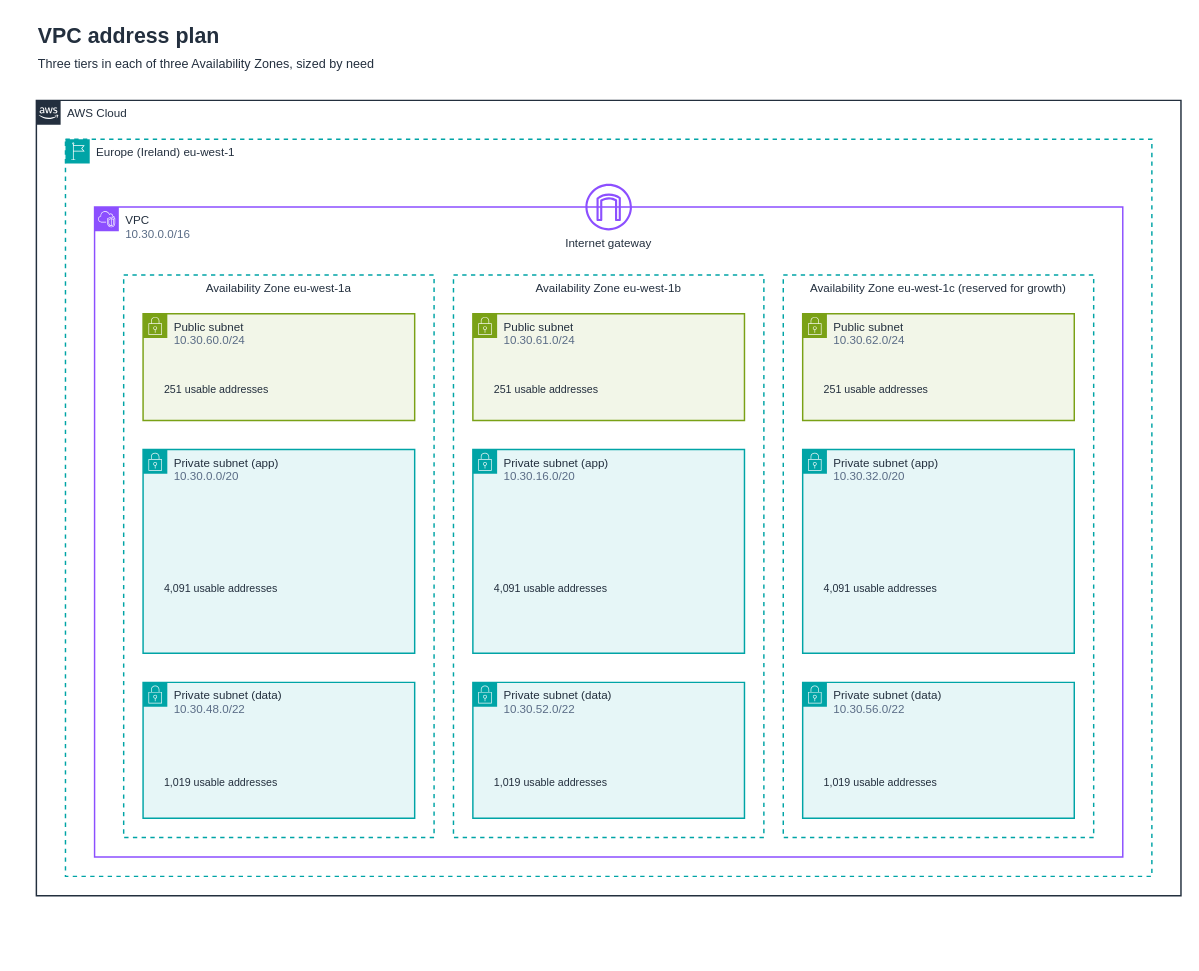
This is 03-vpc-cidr-design/diagrams/vpc-address-plan.drawio from ooseni/TESA-Cloud-Engineering, a draw.io file, before an edit. Source tidied: cells renumbered, new cells numbered last; positions are measured from the earlier drawing's top-left corner, leaving out a move shared by most shapes. Both pictures are drawn from the tidied source at 97%, with x=0, y=0 at pixel (36, 16).
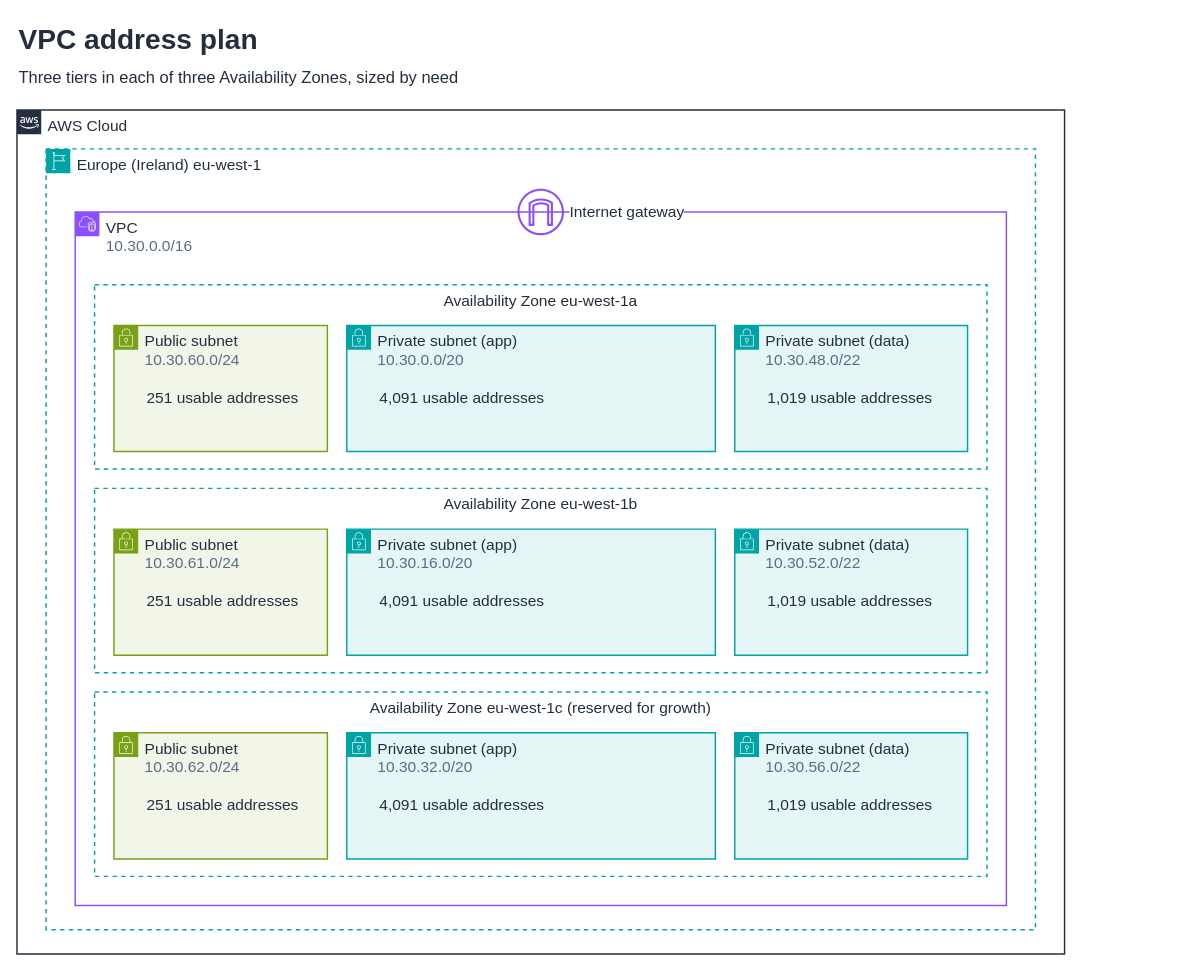
Above is the later version.

Commit message (it also covers changes not shown here):
docs(cidr): redraw the address plan with zones as rows and larger text

Diff of the diagram source:
```diff
@@
-    <mxCell id="2" value="AWS Cloud" style="gradientColor=none;html=1;whiteSpace=wrap;fontFamily=Arial;fontSize=12;shape=mxgraph.aws4.group;verticalAlign=top;align=left;spacingLeft=30;strokeWidth=1.5;grIcon=mxgraph.aws4.group_aws_cloud_alt;strokeColor=#232F3E;fillColor=none;fontColor=#232F3E;dashed=0;" parent="1" vertex="1">
-      <mxGeometry y="86" width="1180" height="820" as="geometry" />
+    <mxCell id="2" value="AWS Cloud" style="gradientColor=none;html=1;whiteSpace=wrap;fontFamily=Arial;fontSize=16;shape=mxgraph.aws4.group;verticalAlign=top;align=left;spacingLeft=30;strokeWidth=1.5;grIcon=mxgraph.aws4.group_aws_cloud_alt;strokeColor=#232F3E;fillColor=none;fontColor=#232F3E;dashed=0;" parent="1" vertex="1">
+      <mxGeometry x="-20" y="96" width="1080" height="870" as="geometry" />
     </mxCell>
-    <mxCell id="3" value="Europe (Ireland) eu-west-1" style="gradientColor=none;html=1;whiteSpace=wrap;fontFamily=Arial;fontSize=12;shape=mxgraph.aws4.group;verticalAlign=top;align=left;spacingLeft=30;strokeWidth=1.5;grIcon=mxgraph.aws4.group_region;strokeColor=#00A4A6;fillColor=none;fontColor=#232F3E;dashed=1;" parent="1" vertex="1">
-      <mxGeometry x="30" y="126" width="1120" height="760" as="geometry" />
+    <mxCell id="3" value="Europe (Ireland) eu-west-1" style="gradientColor=none;html=1;whiteSpace=wrap;fontFamily=Arial;fontSize=16;shape=mxgraph.aws4.group;verticalAlign=top;align=left;spacingLeft=30;strokeWidth=1.5;grIcon=mxgraph.aws4.group_region;strokeColor=#00A4A6;fillColor=none;fontColor=#232F3E;dashed=1;" parent="1" vertex="1">
+      <mxGeometry x="10" y="136" width="1020" height="805" as="geometry" />
     </mxCell>
-    <mxCell id="4" value="VPC&lt;br&gt;&lt;font color=&quot;#5A6C86&quot;&gt;10.30.0.0/16&lt;/font&gt;" style="gradientColor=none;html=1;whiteSpace=wrap;fontFamily=Arial;fontSize=12;shape=mxgraph.aws4.group;verticalAlign=top;align=left;spacingLeft=30;strokeWidth=1.5;grIcon=mxgraph.aws4.group_vpc2;strokeColor=#8C4FFF;fillColor=none;fontColor=#232F3E;dashed=0;" parent="1" vertex="1">
-      <mxGeometry x="60" y="196" width="1060" height="670" as="geometry" />
+    <mxCell id="4" value="VPC&lt;br&gt;&lt;font color=&quot;#5A6C86&quot;&gt;10.30.0.0/16&lt;/font&gt;" style="gradientColor=none;html=1;whiteSpace=wrap;fontFamily=Arial;fontSize=16;shape=mxgraph.aws4.group;verticalAlign=top;align=left;spacingLeft=30;strokeWidth=1.5;grIcon=mxgraph.aws4.group_vpc2;strokeColor=#8C4FFF;fillColor=none;fontColor=#232F3E;dashed=0;" parent="1" vertex="1">
+      <mxGeometry x="40" y="201" width="960" height="715" as="geometry" />
     </mxCell>
-    <mxCell id="5" value="Availability Zone eu-west-1a" style="rounded=0;whiteSpace=wrap;html=1;fillColor=none;strokeColor=#00A4A6;dashed=1;strokeWidth=1.5;verticalAlign=top;align=center;fontFamily=Arial;fontSize=12;fontColor=#232F3E;" parent="1" vertex="1">
-      <mxGeometry x="90" y="266" width="320" height="580" as="geometry" />
+    <mxCell id="5" value="Availability Zone eu-west-1a" style="rounded=0;whiteSpace=wrap;html=1;fillColor=none;strokeColor=#00A4A6;dashed=1;strokeWidth=1.5;verticalAlign=top;align=center;fontFamily=Arial;fontSize=16;fontColor=#232F3E;" parent="1" vertex="1">
+      <mxGeometry x="60" y="276" width="920" height="190" as="geometry" />
     </mxCell>
-    <mxCell id="6" value="Public subnet&lt;br&gt;&lt;font color=&quot;#5A6C86&quot;&gt;10.30.60.0/24&lt;/font&gt;" style="gradientColor=none;html=1;whiteSpace=wrap;fontFamily=Arial;fontSize=12;shape=mxgraph.aws4.group;verticalAlign=top;align=left;spacingLeft=30;strokeWidth=1.5;grIcon=mxgraph.aws4.group_security_group;strokeColor=#7AA116;fillColor=#F2F6E8;fontColor=#232F3E;dashed=0;" parent="1" vertex="1">
-      <mxGeometry x="110" y="306" width="280" height="110" as="geometry" />
+    <mxCell id="6" value="Public subnet&lt;br&gt;&lt;font color=&quot;#5A6C86&quot;&gt;10.30.60.0/24&lt;/font&gt;" style="gradientColor=none;html=1;whiteSpace=wrap;fontFamily=Arial;fontSize=16;shape=mxgraph.aws4.group;verticalAlign=top;align=left;spacingLeft=30;strokeWidth=1.5;grIcon=mxgraph.aws4.group_security_group;strokeColor=#7AA116;fillColor=#F2F6E8;fontColor=#232F3E;dashed=0;" parent="1" vertex="1">
+      <mxGeometry x="80" y="318" width="220" height="130" as="geometry" />
     </mxCell>
-    <mxCell id="7" value="Private subnet (app)&lt;br&gt;&lt;font color=&quot;#5A6C86&quot;&gt;10.30.0.0/20&lt;/font&gt;" style="gradientColor=none;html=1;whiteSpace=wrap;fontFamily=Arial;fontSize=12;shape=mxgraph.aws4.group;verticalAlign=top;align=left;spacingLeft=30;strokeWidth=1.5;grIcon=mxgraph.aws4.group_security_group;strokeColor=#00A4A6;fillColor=#E6F6F7;fontColor=#232F3E;dashed=0;" parent="1" vertex="1">
-      <mxGeometry x="110" y="446" width="280" height="210" as="geometry" />
+    <mxCell id="7" value="Private subnet (app)&lt;br&gt;&lt;font color=&quot;#5A6C86&quot;&gt;10.30.0.0/20&lt;/font&gt;" style="gradientColor=none;html=1;whiteSpace=wrap;fontFamily=Arial;fontSize=16;shape=mxgraph.aws4.group;verticalAlign=top;align=left;spacingLeft=30;strokeWidth=1.5;grIcon=mxgraph.aws4.group_security_group;strokeColor=#00A4A6;fillColor=#E6F6F7;fontColor=#232F3E;dashed=0;" parent="1" vertex="1">
+      <mxGeometry x="320" y="318" width="380" height="130" as="geometry" />
     </mxCell>
-    <mxCell id="8" value="Private subnet (data)&lt;br&gt;&lt;font color=&quot;#5A6C86&quot;&gt;10.30.48.0/22&lt;/font&gt;" style="gradientColor=none;html=1;whiteSpace=wrap;fontFamily=Arial;fontSize=12;shape=mxgraph.aws4.group;verticalAlign=top;align=left;spacingLeft=30;strokeWidth=1.5;grIcon=mxgraph.aws4.group_security_group;strokeColor=#00A4A6;fillColor=#E6F6F7;fontColor=#232F3E;dashed=0;" parent="1" vertex="1">
-      <mxGeometry x="110" y="686" width="280" height="140" as="geometry" />
+    <mxCell id="8" value="Private subnet (data)&lt;br&gt;&lt;font color=&quot;#5A6C86&quot;&gt;10.30.48.0/22&lt;/font&gt;" style="gradientColor=none;html=1;whiteSpace=wrap;fontFamily=Arial;fontSize=16;shape=mxgraph.aws4.group;verticalAlign=top;align=left;spacingLeft=30;strokeWidth=1.5;grIcon=mxgraph.aws4.group_security_group;strokeColor=#00A4A6;fillColor=#E6F6F7;fontColor=#232F3E;dashed=0;" parent="1" vertex="1">
+      <mxGeometry x="720" y="318" width="240" height="130" as="geometry" />
     </mxCell>
-    <mxCell id="9" value="Availability Zone eu-west-1b" style="rounded=0;whiteSpace=wrap;html=1;fillColor=none;strokeColor=#00A4A6;dashed=1;strokeWidth=1.5;verticalAlign=top;align=center;fontFamily=Arial;fontSize=12;fontColor=#232F3E;" parent="1" vertex="1">
-      <mxGeometry x="430" y="266" width="320" height="580" as="geometry" />
+    <mxCell id="9" value="Availability Zone eu-west-1b" style="rounded=0;whiteSpace=wrap;html=1;fillColor=none;strokeColor=#00A4A6;dashed=1;strokeWidth=1.5;verticalAlign=top;align=center;fontFamily=Arial;fontSize=16;fontColor=#232F3E;" parent="1" vertex="1">
+      <mxGeometry x="60" y="486" width="920" height="190" as="geometry" />
     </mxCell>
-    <mxCell id="10" value="Public subnet&lt;br&gt;&lt;font color=&quot;#5A6C86&quot;&gt;10.30.61.0/24&lt;/font&gt;" style="gradientColor=none;html=1;whiteSpace=wrap;fontFamily=Arial;fontSize=12;shape=mxgraph.aws4.group;verticalAlign=top;align=left;spacingLeft=30;strokeWidth=1.5;grIcon=mxgraph.aws4.group_security_group;strokeColor=#7AA116;fillColor=#F2F6E8;fontColor=#232F3E;dashed=0;" parent="1" vertex="1">
-      <mxGeometry x="450" y="306" width="280" height="110" as="geometry" />
+    <mxCell id="10" value="Public subnet&lt;br&gt;&lt;font color=&quot;#5A6C86&quot;&gt;10.30.61.0/24&lt;/font&gt;" style="gradientColor=none;html=1;whiteSpace=wrap;fontFamily=Arial;fontSize=16;shape=mxgraph.aws4.group;verticalAlign=top;align=left;spacingLeft=30;strokeWidth=1.5;grIcon=mxgraph.aws4.group_security_group;strokeColor=#7AA116;fillColor=#F2F6E8;fontColor=#232F3E;dashed=0;" parent="1" vertex="1">
+      <mxGeometry x="80" y="528" width="220" height="130" as="geometry" />
     </mxCell>
-    <mxCell id="11" value="Private subnet (app)&lt;br&gt;&lt;font color=&quot;#5A6C86&quot;&gt;10.30.16.0/20&lt;/font&gt;" style="gradientColor=none;html=1;whiteSpace=wrap;fontFamily=Arial;fontSize=12;shape=mxgraph.aws4.group;verticalAlign=top;align=left;spacingLeft=30;strokeWidth=1.5;grIcon=mxgraph.aws4.group_security_group;strokeColor=#00A4A6;fillColor=#E6F6F7;fontColor=#232F3E;dashed=0;" parent="1" vertex="1">
-      <mxGeometry x="450" y="446" width="280" height="210" as="geometry" />
+    <mxCell id="11" value="Private subnet (app)&lt;br&gt;&lt;font color=&quot;#5A6C86&quot;&gt;10.30.16.0/20&lt;/font&gt;" style="gradientColor=none;html=1;whiteSpace=wrap;fontFamily=Arial;fontSize=16;shape=mxgraph.aws4.group;verticalAlign=top;align=left;spacingLeft=30;strokeWidth=1.5;grIcon=mxgraph.aws4.group_security_group;strokeColor=#00A4A6;fillColor=#E6F6F7;fontColor=#232F3E;dashed=0;" parent="1" vertex="1">
+      <mxGeometry x="320" y="528" width="380" height="130" as="geometry" />
     </mxCell>
-    <mxCell id="12" value="Private subnet (data)&lt;br&gt;&lt;font color=&quot;#5A6C86&quot;&gt;10.30.52.0/22&lt;/font&gt;" style="gradientColor=none;html=1;whiteSpace=wrap;fontFamily=Arial;fontSize=12;shape=mxgraph.aws4.group;verticalAlign=top;align=left;spacingLeft=30;strokeWidth=1.5;grIcon=mxgraph.aws4.group_security_group;strokeColor=#00A4A6;fillColor=#E6F6F7;fontColor=#232F3E;dashed=0;" parent="1" vertex="1">
-      <mxGeometry x="450" y="686" width="280" height="140" as="geometry" />
+    <mxCell id="12" value="Private subnet (data)&lt;br&gt;&lt;font color=&quot;#5A6C86&quot;&gt;10.30.52.0/22&lt;/font&gt;" style="gradientColor=none;html=1;whiteSpace=wrap;fontFamily=Arial;fontSize=16;shape=mxgraph.aws4.group;verticalAlign=top;align=left;spacingLeft=30;strokeWidth=1.5;grIcon=mxgraph.aws4.group_security_group;strokeColor=#00A4A6;fillColor=#E6F6F7;fontColor=#232F3E;dashed=0;" parent="1" vertex="1">
+      <mxGeometry x="720" y="528" width="240" height="130" as="geometry" />
     </mxCell>
-    <mxCell id="13" value="Availability Zone eu-west-1c (reserved for growth)" style="rounded=0;whiteSpace=wrap;html=1;fillColor=none;strokeColor=#00A4A6;dashed=1;strokeWidth=1.5;verticalAlign=top;align=center;fontFamily=Arial;fontSize=12;fontColor=#232F3E;" parent="1" vertex="1">
-      <mxGeometry x="770" y="266" width="320" height="580" as="geometry" />
+    <mxCell id="13" value="Availability Zone eu-west-1c (reserved for growth)" style="rounded=0;whiteSpace=wrap;html=1;fillColor=none;strokeColor=#00A4A6;dashed=1;strokeWidth=1.5;verticalAlign=top;align=center;fontFamily=Arial;fontSize=16;fontColor=#232F3E;" parent="1" vertex="1">
+      <mxGeometry x="60" y="696" width="920" height="190" as="geometry" />
     </mxCell>
-    <mxCell id="14" value="Public subnet&lt;br&gt;&lt;font color=&quot;#5A6C86&quot;&gt;10.30.62.0/24&lt;/font&gt;" style="gradientColor=none;html=1;whiteSpace=wrap;fontFamily=Arial;fontSize=12;shape=mxgraph.aws4.group;verticalAlign=top;align=left;spacingLeft=30;strokeWidth=1.5;grIcon=mxgraph.aws4.group_security_group;strokeColor=#7AA116;fillColor=#F2F6E8;fontColor=#232F3E;dashed=0;" parent="1" vertex="1">
-      <mxGeometry x="790" y="306" width="280" height="110" as="geometry" />
+    <mxCell id="14" value="Public subnet&lt;br&gt;&lt;font color=&quot;#5A6C86&quot;&gt;10.30.62.0/24&lt;/font&gt;" style="gradientColor=none;html=1;whiteSpace=wrap;fontFamily=Arial;fontSize=16;shape=mxgraph.aws4.group;verticalAlign=top;align=left;spacingLeft=30;strokeWidth=1.5;grIcon=mxgraph.aws4.group_security_group;strokeColor=#7AA116;fillColor=#F2F6E8;fontColor=#232F3E;dashed=0;" parent="1" vertex="1">
+      <mxGeometry x="80" y="738" width="220" height="130" as="geometry" />
     </mxCell>
-    <mxCell id="15" value="Private subnet (app)&lt;br&gt;&lt;font color=&quot;#5A6C86&quot;&gt;10.30.32.0/20&lt;/font&gt;" style="gradientColor=none;html=1;whiteSpace=wrap;fontFamily=Arial;fontSize=12;shape=mxgraph.aws4.group;verticalAlign=top;align=left;spacingLeft=30;strokeWidth=1.5;grIcon=mxgraph.aws4.group_security_group;strokeColor=#00A4A6;fillColor=#E6F6F7;fontColor=#232F3E;dashed=0;" parent="1" vertex="1">
-      <mxGeometry x="790" y="446" width="280" height="210" as="geometry" />
+    <mxCell id="15" value="Private subnet (app)&lt;br&gt;&lt;font color=&quot;#5A6C86&quot;&gt;10.30.32.0/20&lt;/font&gt;" style="gradientColor=none;html=1;whiteSpace=wrap;fontFamily=Arial;fontSize=16;shape=mxgraph.aws4.group;verticalAlign=top;align=left;spacingLeft=30;strokeWidth=1.5;grIcon=mxgraph.aws4.group_security_group;strokeColor=#00A4A6;fillColor=#E6F6F7;fontColor=#232F3E;dashed=0;" parent="1" vertex="1">
+      <mxGeometry x="320" y="738" width="380" height="130" as="geometry" />
     </mxCell>
-    <mxCell id="16" value="Private subnet (data)&lt;br&gt;&lt;font color=&quot;#5A6C86&quot;&gt;10.30.56.0/22&lt;/font&gt;" style="gradientColor=none;html=1;whiteSpace=wrap;fontFamily=Arial;fontSize=12;shape=mxgraph.aws4.group;verticalAlign=top;align=left;spacingLeft=30;strokeWidth=1.5;grIcon=mxgraph.aws4.group_security_group;strokeColor=#00A4A6;fillColor=#E6F6F7;fontColor=#232F3E;dashed=0;" parent="1" vertex="1">
-      <mxGeometry x="790" y="686" width="280" height="140" as="geometry" />
+    <mxCell id="16" value="Private subnet (data)&lt;br&gt;&lt;font color=&quot;#5A6C86&quot;&gt;10.30.56.0/22&lt;/font&gt;" style="gradientColor=none;html=1;whiteSpace=wrap;fontFamily=Arial;fontSize=16;shape=mxgraph.aws4.group;verticalAlign=top;align=left;spacingLeft=30;strokeWidth=1.5;grIcon=mxgraph.aws4.group_security_group;strokeColor=#00A4A6;fillColor=#E6F6F7;fontColor=#232F3E;dashed=0;" parent="1" vertex="1">
+      <mxGeometry x="720" y="738" width="240" height="130" as="geometry" />
     </mxCell>
-    <mxCell id="17" value="Internet gateway" style="sketch=0;gradientColor=none;strokeColor=none;dashed=0;verticalLabelPosition=bottom;verticalAlign=top;align=center;html=1;whiteSpace=wrap;labelWidth=140;fontFamily=Arial;fontSize=12;fontColor=#232F3E;fillColor=#8C4FFF;shape=mxgraph.aws4.internet_gateway;labelBackgroundColor=#FFFFFF;" parent="1" vertex="1">
-      <mxGeometry x="566" y="172" width="48" height="48" as="geometry" />
+    <mxCell id="17" value="Internet gateway" style="sketch=0;gradientColor=none;strokeColor=none;dashed=0;labelPosition=right;verticalLabelPosition=middle;verticalAlign=middle;align=left;spacing=6;html=1;whiteSpace=wrap;labelWidth=187;fontFamily=Arial;fontSize=16;fontColor=#232F3E;fillColor=#8C4FFF;shape=mxgraph.aws4.internet_gateway;labelBackgroundColor=#FFFFFF;" parent="1" vertex="1">
+      <mxGeometry x="496" y="177" width="48" height="48" as="geometry" />
     </mxCell>
-    <mxCell id="18" value="251 usable addresses" style="text;html=1;whiteSpace=wrap;fontFamily=Arial;fontSize=11;fontColor=#232F3E;align=left;verticalAlign=top;strokeColor=none;fillColor=none;" parent="1" vertex="1">
-      <mxGeometry x="130" y="371" width="240" height="30" as="geometry" />
-    </mxCell>
+    <mxCell id="28" value="251 usable addresses" style="text;html=1;whiteSpace=wrap;fontFamily=Arial;fontSize=16;fontColor=#232F3E;align=left;verticalAlign=top;strokeColor=none;fillColor=none;" parent="1" vertex="1">
+      <mxGeometry x="112" y="376" width="180" height="26" as="geometry" />
+    </mxCell>
-    <mxCell id="19" value="4,091 usable addresses" style="text;html=1;whiteSpace=wrap;fontFamily=Arial;fontSize=11;fontColor=#232F3E;align=left;verticalAlign=top;strokeColor=none;fillColor=none;" parent="1" vertex="1">
-      <mxGeometry x="130" y="576" width="240" height="30" as="geometry" />
+    <mxCell id="19" value="4,091 usable addresses" style="text;html=1;whiteSpace=wrap;fontFamily=Arial;fontSize=16;fontColor=#232F3E;align=left;verticalAlign=top;strokeColor=none;fillColor=none;" parent="1" vertex="1">
+      <mxGeometry x="352" y="376" width="340" height="26" as="geometry" />
     </mxCell>
-    <mxCell id="20" value="1,019 usable addresses" style="text;html=1;whiteSpace=wrap;fontFamily=Arial;fontSize=11;fontColor=#232F3E;align=left;verticalAlign=top;strokeColor=none;fillColor=none;" parent="1" vertex="1">
-      <mxGeometry x="130" y="776" width="240" height="30" as="geometry" />
+    <mxCell id="20" value="1,019 usable addresses" style="text;html=1;whiteSpace=wrap;fontFamily=Arial;fontSize=16;fontColor=#232F3E;align=left;verticalAlign=top;strokeColor=none;fillColor=none;" parent="1" vertex="1">
+      <mxGeometry x="752" y="376" width="200" height="26" as="geometry" />
     </mxCell>
-    <mxCell id="21" value="251 usable addresses" style="text;html=1;whiteSpace=wrap;fontFamily=Arial;fontSize=11;fontColor=#232F3E;align=left;verticalAlign=top;strokeColor=none;fillColor=none;" parent="1" vertex="1">
-      <mxGeometry x="470" y="371" width="240" height="30" as="geometry" />
-    </mxCell>
+    <mxCell id="29" value="251 usable addresses" style="text;html=1;whiteSpace=wrap;fontFamily=Arial;fontSize=16;fontColor=#232F3E;align=left;verticalAlign=top;strokeColor=none;fillColor=none;" parent="1" vertex="1">
+      <mxGeometry x="112" y="586" width="180" height="26" as="geometry" />
+    </mxCell>
-    <mxCell id="22" value="4,091 usable addresses" style="text;html=1;whiteSpace=wrap;fontFamily=Arial;fontSize=11;fontColor=#232F3E;align=left;verticalAlign=top;strokeColor=none;fillColor=none;" parent="1" vertex="1">
-      <mxGeometry x="470" y="576" width="240" height="30" as="geometry" />
+    <mxCell id="22" value="4,091 usable addresses" style="text;html=1;whiteSpace=wrap;fontFamily=Arial;fontSize=16;fontColor=#232F3E;align=left;verticalAlign=top;strokeColor=none;fillColor=none;" parent="1" vertex="1">
+      <mxGeometry x="352" y="586" width="340" height="26" as="geometry" />
     </mxCell>
-    <mxCell id="23" value="1,019 usable addresses" style="text;html=1;whiteSpace=wrap;fontFamily=Arial;fontSize=11;fontColor=#232F3E;align=left;verticalAlign=top;strokeColor=none;fillColor=none;" parent="1" vertex="1">
-      <mxGeometry x="470" y="776" width="240" height="30" as="geometry" />
+    <mxCell id="23" value="1,019 usable addresses" style="text;html=1;whiteSpace=wrap;fontFamily=Arial;fontSize=16;fontColor=#232F3E;align=left;verticalAlign=top;strokeColor=none;fillColor=none;" parent="1" vertex="1">
+      <mxGeometry x="752" y="586" width="200" height="26" as="geometry" />
     </mxCell>
-    <mxCell id="24" value="251 usable addresses" style="text;html=1;whiteSpace=wrap;fontFamily=Arial;fontSize=11;fontColor=#232F3E;align=left;verticalAlign=top;strokeColor=none;fillColor=none;" parent="1" vertex="1">
-      <mxGeometry x="810" y="371" width="240" height="30" as="geometry" />
-    </mxCell>
+    <mxCell id="30" value="251 usable addresses" style="text;html=1;whiteSpace=wrap;fontFamily=Arial;fontSize=16;fontColor=#232F3E;align=left;verticalAlign=top;strokeColor=none;fillColor=none;" parent="1" vertex="1">
+      <mxGeometry x="112" y="796" width="180" height="26" as="geometry" />
+    </mxCell>
-    <mxCell id="25" value="4,091 usable addresses" style="text;html=1;whiteSpace=wrap;fontFamily=Arial;fontSize=11;fontColor=#232F3E;align=left;verticalAlign=top;strokeColor=none;fillColor=none;" parent="1" vertex="1">
-      <mxGeometry x="810" y="576" width="240" height="30" as="geometry" />
+    <mxCell id="25" value="4,091 usable addresses" style="text;html=1;whiteSpace=wrap;fontFamily=Arial;fontSize=16;fontColor=#232F3E;align=left;verticalAlign=top;strokeColor=none;fillColor=none;" parent="1" vertex="1">
+      <mxGeometry x="352" y="796" width="340" height="26" as="geometry" />
     </mxCell>
-    <mxCell id="26" value="1,019 usable addresses" style="text;html=1;whiteSpace=wrap;fontFamily=Arial;fontSize=11;fontColor=#232F3E;align=left;verticalAlign=top;strokeColor=none;fillColor=none;" parent="1" vertex="1">
-      <mxGeometry x="810" y="776" width="240" height="30" as="geometry" />
+    <mxCell id="26" value="1,019 usable addresses" style="text;html=1;whiteSpace=wrap;fontFamily=Arial;fontSize=16;fontColor=#232F3E;align=left;verticalAlign=top;strokeColor=none;fillColor=none;" parent="1" vertex="1">
+      <mxGeometry x="752" y="796" width="200" height="26" as="geometry" />
     </mxCell>
-    <mxCell id="27" value="VPC address plan&lt;br&gt;&lt;span style=&quot;font-size:13px;font-weight:normal&quot;&gt;Three tiers in each of three Availability Zones, sized by need&lt;/span&gt;" style="text;html=1;fontFamily=Arial;align=left;verticalAlign=top;strokeColor=none;fillColor=none;fontSize=22;fontStyle=1;fontColor=#232F3E;" parent="1" vertex="1">
-      <mxGeometry width="1000" height="50" as="geometry" />
+    <mxCell id="27" value="VPC address plan&lt;br&gt;&lt;span style=&quot;font-size:17px;font-weight:normal&quot;&gt;Three tiers in each of three Availability Zones, sized by need&lt;/span&gt;" style="text;html=1;fontFamily=Arial;align=left;verticalAlign=top;strokeColor=none;fillColor=none;fontSize=29;fontStyle=1;fontColor=#232F3E;" parent="1" vertex="1">
+      <mxGeometry x="-20" width="1000" height="50" as="geometry" />
     </mxCell>
```
